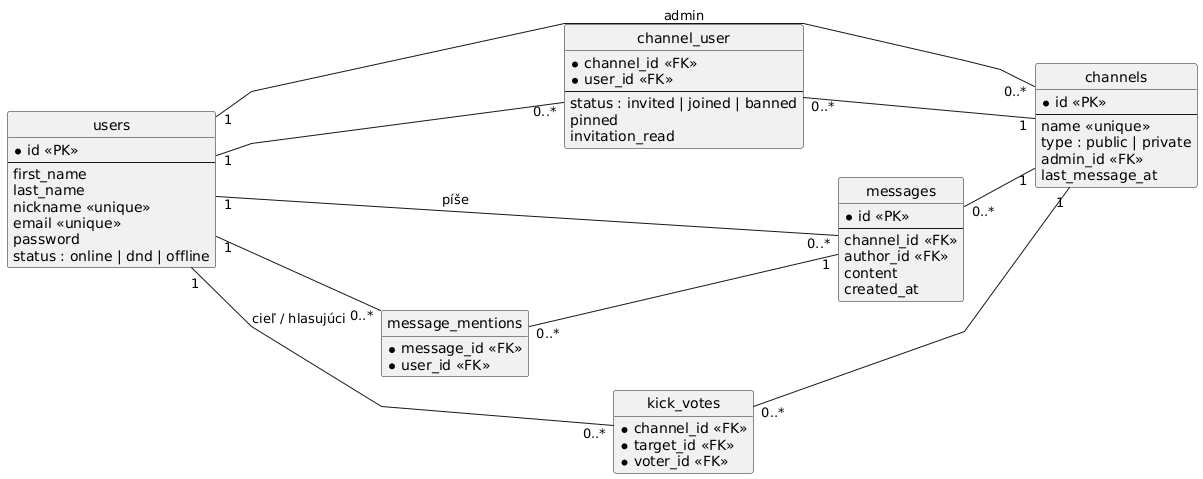
The PlantUML diagram db_model.png in SDuresova/vpwa_project, before a commit. The source it was exported from:
```plantuml
@startuml
hide circle
hide empty members
skinparam linetype polyline
skinparam nodesep 60
skinparam ranksep 70
left to right direction

entity users {
  * id <<PK>>
  --
  first_name
  last_name
  nickname <<unique>>
  email <<unique>>
  password
  status : online | dnd | offline
}

entity channels {
  * id <<PK>>
  --
  name <<unique>>
  type : public | private
  admin_id <<FK>>
  last_message_at
}

entity channel_user {
  * channel_id <<FK>>
  * user_id <<FK>>
  --
  status : invited | joined | banned
  pinned
  invitation_read
}

entity messages {
  * id <<PK>>
  --
  channel_id <<FK>>
  author_id <<FK>>
  content
  created_at
}

entity message_mentions {
  * message_id <<FK>>
  * user_id <<FK>>
}

entity kick_votes {
  * channel_id <<FK>>
  * target_id <<FK>>
  * voter_id <<FK>>
}

users "1" -- "0..*" channel_user
channel_user "0..*" -- "1" channels

users "1" -- "0..*" messages : píše
messages "0..*" -- "1" channels

users "1" -- "0..*" message_mentions
message_mentions "0..*" -- "1" messages

users "1" -- "0..*" kick_votes : cieľ / hlasujúci
kick_votes "0..*" -- "1" channels

users "1" -- "0..*" channels : admin
@enduml
```
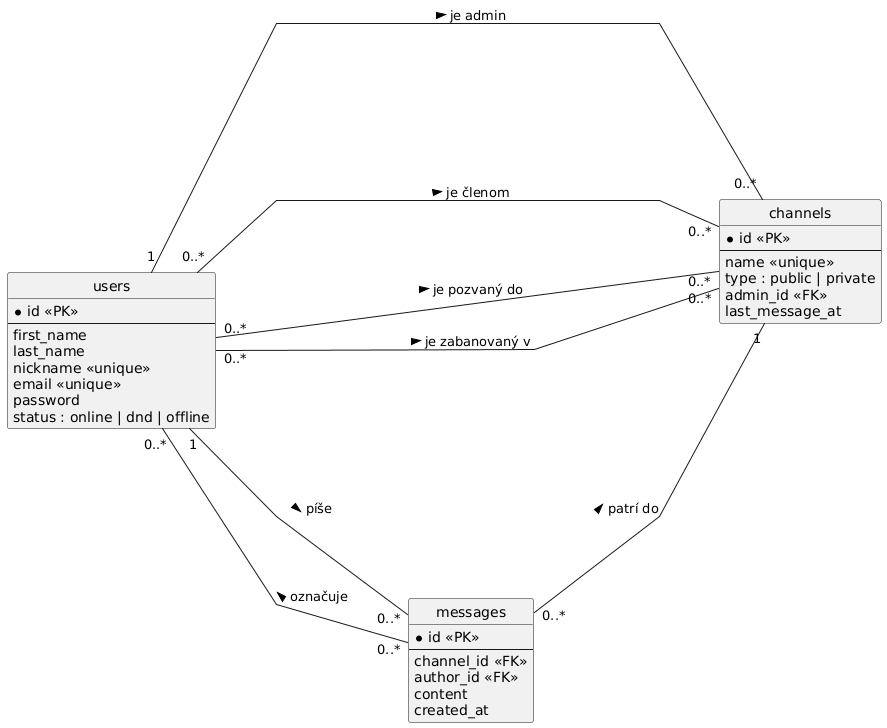
Later version of the same file.

Commit message:
Simplified database model

The edit, as a diff of the source:
```diff
@@ -2,8 +2,8 @@
 hide circle
 hide empty members
 skinparam linetype polyline
-skinparam nodesep 60
-skinparam ranksep 70
+skinparam nodesep 80
+skinparam ranksep 120
 left to right direction
 
 entity users {
@@ -26,15 +26,6 @@
   last_message_at
 }
 
-entity channel_user {
-  * channel_id <<FK>>
-  * user_id <<FK>>
-  --
-  status : invited | joined | banned
-  pinned
-  invitation_read
-}
-
 entity messages {
   * id <<PK>>
   --
@@ -44,28 +35,12 @@
   created_at
 }
 
-entity message_mentions {
-  * message_id <<FK>>
-  * user_id <<FK>>
-}
+users "1" -- "0..*" channels : je admin >
+users "0..*" -- "0..*" channels : je členom >
+users "0..*" -- "0..*" channels : je pozvaný do >
+users "0..*" -- "0..*" channels : je zabanovaný v >
 
-entity kick_votes {
-  * channel_id <<FK>>
-  * target_id <<FK>>
-  * voter_id <<FK>>
-}
-
-users "1" -- "0..*" channel_user
-channel_user "0..*" -- "1" channels
-
-users "1" -- "0..*" messages : píše
-messages "0..*" -- "1" channels
-
-users "1" -- "0..*" message_mentions
-message_mentions "0..*" -- "1" messages
-
-users "1" -- "0..*" kick_votes : cieľ / hlasujúci
-kick_votes "0..*" -- "1" channels
-
-users "1" -- "0..*" channels : admin
+users "1" -- "0..*" messages : píše >
+messages "0..*" -- "1" channels : patrí do >
+messages "0..*" -- "0..*" users : označuje >
 @enduml
```
